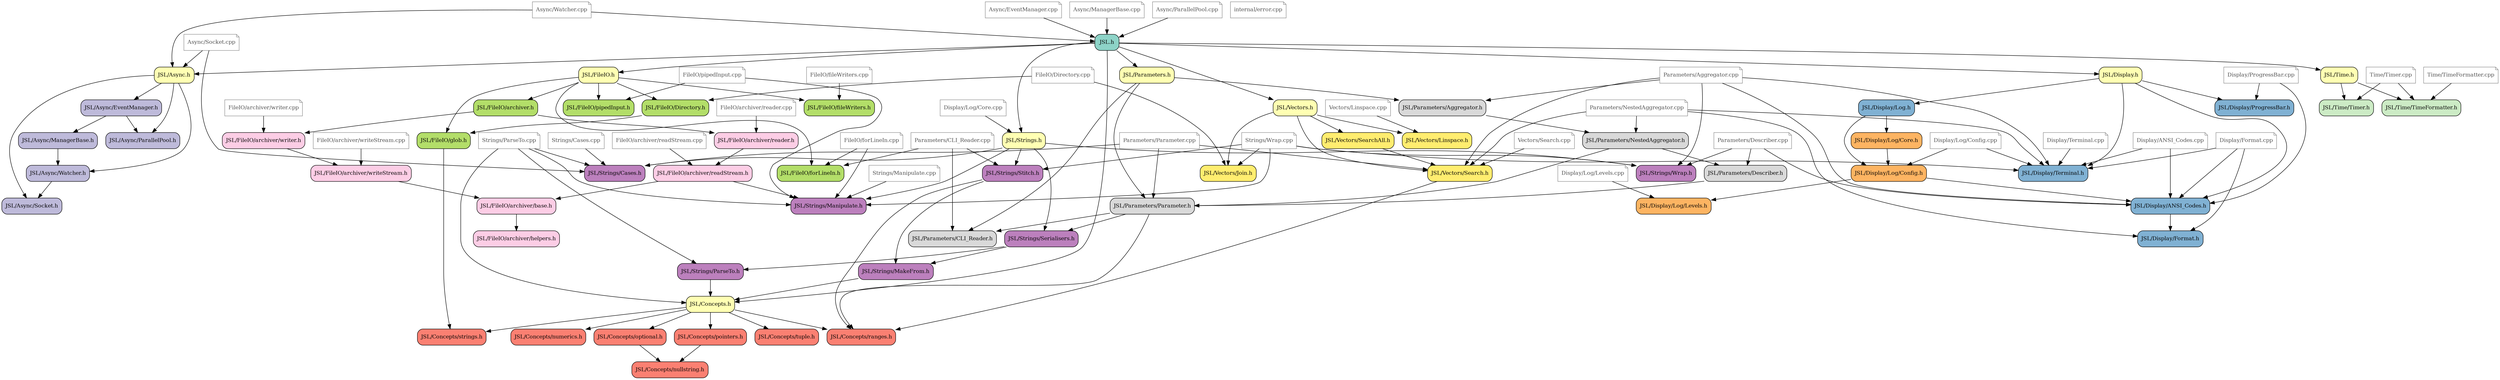
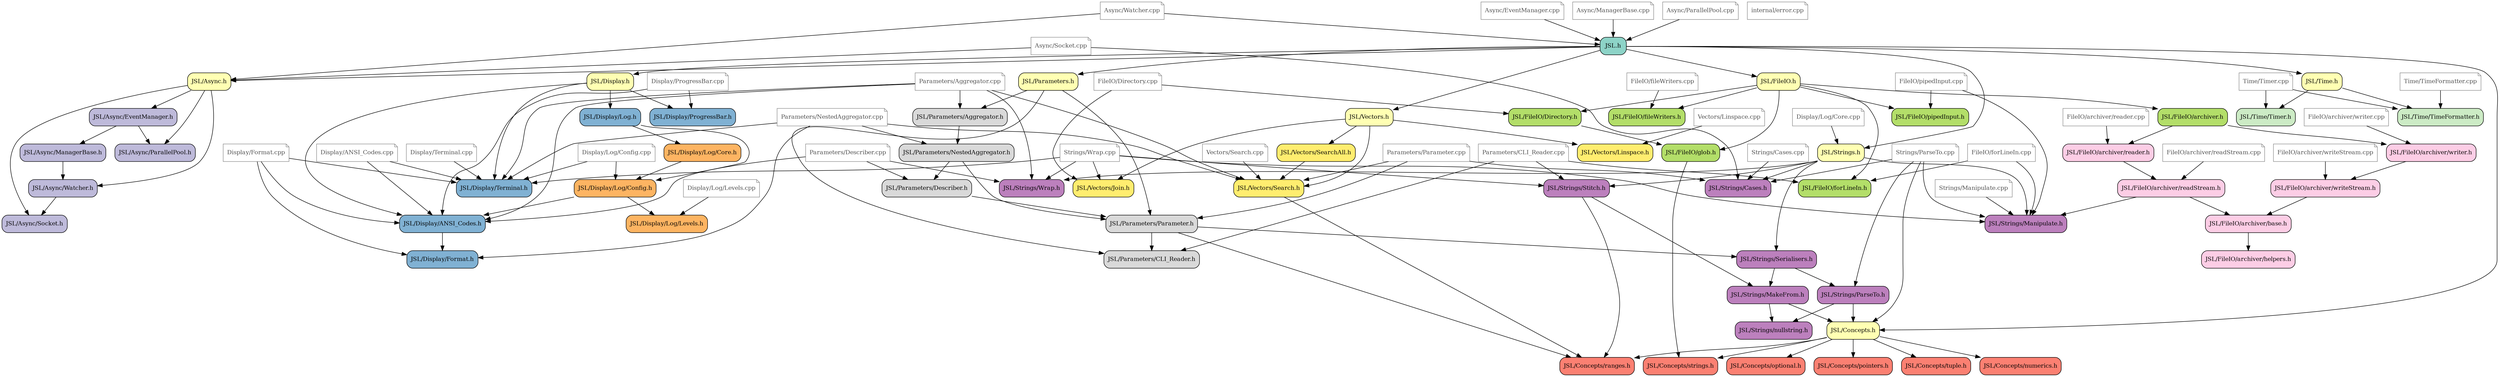
digraph codeviz {
    splines=true
    sep="+15,15"
    overlap=false

    node [shape=Mrecord, fontsize=12]

    node [fillcolor = "#8dd3c7",shape="Mrecord", style = "filled"] "include/JSL.h"                             [label = "JSL.h"]
    node [fillcolor = "#ffffb3",shape="Mrecord", style = "filled"] "include/JSL/Async.h"                       [label = "JSL/Async.h"]
    node [fillcolor = "#bebada",shape="Mrecord", style = "filled"] "include/JSL/Async/EventManager.h"          [label = "JSL/Async/EventManager.h"]
    node [fillcolor = "#bebada",shape="Mrecord", style = "filled"] "include/JSL/Async/ManagerBase.h"           [label = "JSL/Async/ManagerBase.h"]
    node [fillcolor = "#bebada",shape="Mrecord", style = "filled"] "include/JSL/Async/ParallelPool.h"          [label = "JSL/Async/ParallelPool.h"]
    node [fillcolor = "#bebada",shape="Mrecord", style = "filled"] "include/JSL/Async/Socket.h"                [label = "JSL/Async/Socket.h"]
    node [fillcolor = "#bebada",shape="Mrecord", style = "filled"] "include/JSL/Async/Watcher.h"               [label = "JSL/Async/Watcher.h"]
    node [fillcolor = "#ffffb3",shape="Mrecord", style = "filled"] "include/JSL/Concepts.h"                    [label = "JSL/Concepts.h"]
-     node [fillcolor = "#fb8072",shape="Mrecord", style = "filled"] "include/JSL/Concepts/nullstring.h"         [label = "JSL/Concepts/nullstring.h"]
    node [fillcolor = "#fb8072",shape="Mrecord", style = "filled"] "include/JSL/Concepts/numerics.h"           [label = "JSL/Concepts/numerics.h"]
    node [fillcolor = "#fb8072",shape="Mrecord", style = "filled"] "include/JSL/Concepts/optional.h"           [label = "JSL/Concepts/optional.h"]
    node [fillcolor = "#fb8072",shape="Mrecord", style = "filled"] "include/JSL/Concepts/pointers.h"           [label = "JSL/Concepts/pointers.h"]
    node [fillcolor = "#fb8072",shape="Mrecord", style = "filled"] "include/JSL/Concepts/ranges.h"             [label = "JSL/Concepts/ranges.h"]
    node [fillcolor = "#fb8072",shape="Mrecord", style = "filled"] "include/JSL/Concepts/strings.h"            [label = "JSL/Concepts/strings.h"]
    node [fillcolor = "#fb8072",shape="Mrecord", style = "filled"] "include/JSL/Concepts/tuple.h"              [label = "JSL/Concepts/tuple.h"]
    node [fillcolor = "#ffffb3",shape="Mrecord", style = "filled"] "include/JSL/Display.h"                     [label = "JSL/Display.h"]
    node [fillcolor = "#80b1d3",shape="Mrecord", style = "filled"] "include/JSL/Display/ANSI_Codes.h"          [label = "JSL/Display/ANSI_Codes.h"]
    node [fillcolor = "#80b1d3",shape="Mrecord", style = "filled"] "include/JSL/Display/Format.h"              [label = "JSL/Display/Format.h"]
    node [fillcolor = "#80b1d3",shape="Mrecord", style = "filled"] "include/JSL/Display/Log.h"                 [label = "JSL/Display/Log.h"]
    node [fillcolor = "#fdb462",shape="Mrecord", style = "filled"] "include/JSL/Display/Log/Config.h"          [label = "JSL/Display/Log/Config.h"]
    node [fillcolor = "#fdb462",shape="Mrecord", style = "filled"] "include/JSL/Display/Log/Core.h"            [label = "JSL/Display/Log/Core.h"]
    node [fillcolor = "#fdb462",shape="Mrecord", style = "filled"] "include/JSL/Display/Log/Levels.h"          [label = "JSL/Display/Log/Levels.h"]
    node [fillcolor = "#80b1d3",shape="Mrecord", style = "filled"] "include/JSL/Display/ProgressBar.h"         [label = "JSL/Display/ProgressBar.h"]
    node [fillcolor = "#80b1d3",shape="Mrecord", style = "filled"] "include/JSL/Display/Terminal.h"            [label = "JSL/Display/Terminal.h"]
    node [fillcolor = "#ffffb3",shape="Mrecord", style = "filled"] "include/JSL/FileIO.h"                      [label = "JSL/FileIO.h"]
    node [fillcolor = "#b3de69",shape="Mrecord", style = "filled"] "include/JSL/FileIO/Directory.h"            [label = "JSL/FileIO/Directory.h"]
    node [fillcolor = "#b3de69",shape="Mrecord", style = "filled"] "include/JSL/FileIO/archiver.h"             [label = "JSL/FileIO/archiver.h"]
    node [fillcolor = "#fccde5",shape="Mrecord", style = "filled"] "include/JSL/FileIO/archiver/base.h"        [label = "JSL/FileIO/archiver/base.h"]
    node [fillcolor = "#fccde5",shape="Mrecord", style = "filled"] "include/JSL/FileIO/archiver/helpers.h"     [label = "JSL/FileIO/archiver/helpers.h"]
    node [fillcolor = "#fccde5",shape="Mrecord", style = "filled"] "include/JSL/FileIO/archiver/readStream.h"  [label = "JSL/FileIO/archiver/readStream.h"]
    node [fillcolor = "#fccde5",shape="Mrecord", style = "filled"] "include/JSL/FileIO/archiver/reader.h"      [label = "JSL/FileIO/archiver/reader.h"]
    node [fillcolor = "#fccde5",shape="Mrecord", style = "filled"] "include/JSL/FileIO/archiver/writeStream.h" [label = "JSL/FileIO/archiver/writeStream.h"]
    node [fillcolor = "#fccde5",shape="Mrecord", style = "filled"] "include/JSL/FileIO/archiver/writer.h"      [label = "JSL/FileIO/archiver/writer.h"]
    node [fillcolor = "#b3de69",shape="Mrecord", style = "filled"] "include/JSL/FileIO/fileWriters.h"          [label = "JSL/FileIO/fileWriters.h"]
    node [fillcolor = "#b3de69",shape="Mrecord", style = "filled"] "include/JSL/FileIO/forLineIn.h"            [label = "JSL/FileIO/forLineIn.h"]
    node [fillcolor = "#b3de69",shape="Mrecord", style = "filled"] "include/JSL/FileIO/glob.h"                 [label = "JSL/FileIO/glob.h"]
    node [fillcolor = "#b3de69",shape="Mrecord", style = "filled"] "include/JSL/FileIO/pipedInput.h"           [label = "JSL/FileIO/pipedInput.h"]
    node [fillcolor = "#ffffb3",shape="Mrecord", style = "filled"] "include/JSL/Parameters.h"                  [label = "JSL/Parameters.h"]
    node [fillcolor = "#d9d9d9",shape="Mrecord", style = "filled"] "include/JSL/Parameters/Aggregator.h"       [label = "JSL/Parameters/Aggregator.h"]
    node [fillcolor = "#d9d9d9",shape="Mrecord", style = "filled"] "include/JSL/Parameters/CLI_Reader.h"       [label = "JSL/Parameters/CLI_Reader.h"]
    node [fillcolor = "#d9d9d9",shape="Mrecord", style = "filled"] "include/JSL/Parameters/Describer.h"        [label = "JSL/Parameters/Describer.h"]
    node [fillcolor = "#d9d9d9",shape="Mrecord", style = "filled"] "include/JSL/Parameters/NestedAggregator.h" [label = "JSL/Parameters/NestedAggregator.h"]
    node [fillcolor = "#d9d9d9",shape="Mrecord", style = "filled"] "include/JSL/Parameters/Parameter.h"        [label = "JSL/Parameters/Parameter.h"]
    node [fillcolor = "#ffffb3",shape="Mrecord", style = "filled"] "include/JSL/Strings.h"                     [label = "JSL/Strings.h"]
    node [fillcolor = "#bc80bd",shape="Mrecord", style = "filled"] "include/JSL/Strings/Cases.h"               [label = "JSL/Strings/Cases.h"]
    node [fillcolor = "#bc80bd",shape="Mrecord", style = "filled"] "include/JSL/Strings/MakeFrom.h"            [label = "JSL/Strings/MakeFrom.h"]
    node [fillcolor = "#bc80bd",shape="Mrecord", style = "filled"] "include/JSL/Strings/Manipulate.h"          [label = "JSL/Strings/Manipulate.h"]
    node [fillcolor = "#bc80bd",shape="Mrecord", style = "filled"] "include/JSL/Strings/ParseTo.h"             [label = "JSL/Strings/ParseTo.h"]
    node [fillcolor = "#bc80bd",shape="Mrecord", style = "filled"] "include/JSL/Strings/Serialisers.h"         [label = "JSL/Strings/Serialisers.h"]
    node [fillcolor = "#bc80bd",shape="Mrecord", style = "filled"] "include/JSL/Strings/Stitch.h"              [label = "JSL/Strings/Stitch.h"]
    node [fillcolor = "#bc80bd",shape="Mrecord", style = "filled"] "include/JSL/Strings/Wrap.h"                [label = "JSL/Strings/Wrap.h"]
+     node [fillcolor = "#bc80bd",shape="Mrecord", style = "filled"] "include/JSL/Strings/nullstring.h"          [label = "JSL/Strings/nullstring.h"]
    node [fillcolor = "#ffffb3",shape="Mrecord", style = "filled"] "include/JSL/Time.h"                        [label = "JSL/Time.h"]
    node [fillcolor = "#ccebc5",shape="Mrecord", style = "filled"] "include/JSL/Time/TimeFormatter.h"          [label = "JSL/Time/TimeFormatter.h"]
    node [fillcolor = "#ccebc5",shape="Mrecord", style = "filled"] "include/JSL/Time/Timer.h"                  [label = "JSL/Time/Timer.h"]
    node [fillcolor = "#ffffb3",shape="Mrecord", style = "filled"] "include/JSL/Vectors.h"                     [label = "JSL/Vectors.h"]
    node [fillcolor = "#ffed6f",shape="Mrecord", style = "filled"] "include/JSL/Vectors/Join.h"                [label = "JSL/Vectors/Join.h"]
    node [fillcolor = "#ffed6f",shape="Mrecord", style = "filled"] "include/JSL/Vectors/Linspace.h"            [label = "JSL/Vectors/Linspace.h"]
    node [fillcolor = "#ffed6f",shape="Mrecord", style = "filled"] "include/JSL/Vectors/Search.h"              [label = "JSL/Vectors/Search.h"]
    node [fillcolor = "#ffed6f",shape="Mrecord", style = "filled"] "include/JSL/Vectors/SearchAll.h"           [label = "JSL/Vectors/SearchAll.h"]
    node [fillcolor = "#8B8B8B",style="", shape="note", color="#8c8c8c", fontcolor="#4b4b4b"] "src/Async/EventManager.cpp"                [label = "Async/EventManager.cpp"]
    node [fillcolor = "#8B8B8B",style="", shape="note", color="#8c8c8c", fontcolor="#4b4b4b"] "src/Async/ManagerBase.cpp"                 [label = "Async/ManagerBase.cpp"]
    node [fillcolor = "#8B8B8B",style="", shape="note", color="#8c8c8c", fontcolor="#4b4b4b"] "src/Async/ParallelPool.cpp"                [label = "Async/ParallelPool.cpp"]
    node [fillcolor = "#8B8B8B",style="", shape="note", color="#8c8c8c", fontcolor="#4b4b4b"] "src/Async/Socket.cpp"                      [label = "Async/Socket.cpp"]
    node [fillcolor = "#8B8B8B",style="", shape="note", color="#8c8c8c", fontcolor="#4b4b4b"] "src/Async/Watcher.cpp"                     [label = "Async/Watcher.cpp"]
    node [fillcolor = "#8B8B8B",style="", shape="note", color="#8c8c8c", fontcolor="#4b4b4b"] "src/Display/ANSI_Codes.cpp"                [label = "Display/ANSI_Codes.cpp"]
    node [fillcolor = "#8B8B8B",style="", shape="note", color="#8c8c8c", fontcolor="#4b4b4b"] "src/Display/Format.cpp"                    [label = "Display/Format.cpp"]
    node [fillcolor = "#8B8B8B",style="", shape="note", color="#8c8c8c", fontcolor="#4b4b4b"] "src/Display/Log/Config.cpp"                [label = "Display/Log/Config.cpp"]
    node [fillcolor = "#8B8B8B",style="", shape="note", color="#8c8c8c", fontcolor="#4b4b4b"] "src/Display/Log/Core.cpp"                  [label = "Display/Log/Core.cpp"]
    node [fillcolor = "#8B8B8B",style="", shape="note", color="#8c8c8c", fontcolor="#4b4b4b"] "src/Display/Log/Levels.cpp"                [label = "Display/Log/Levels.cpp"]
    node [fillcolor = "#8B8B8B",style="", shape="note", color="#8c8c8c", fontcolor="#4b4b4b"] "src/Display/ProgressBar.cpp"               [label = "Display/ProgressBar.cpp"]
    node [fillcolor = "#8B8B8B",style="", shape="note", color="#8c8c8c", fontcolor="#4b4b4b"] "src/Display/Terminal.cpp"                  [label = "Display/Terminal.cpp"]
    node [fillcolor = "#8B8B8B",style="", shape="note", color="#8c8c8c", fontcolor="#4b4b4b"] "src/FileIO/Directory.cpp"                  [label = "FileIO/Directory.cpp"]
    node [fillcolor = "#8B8B8B",style="", shape="note", color="#8c8c8c", fontcolor="#4b4b4b"] "src/FileIO/archiver/readStream.cpp"        [label = "FileIO/archiver/readStream.cpp"]
    node [fillcolor = "#8B8B8B",style="", shape="note", color="#8c8c8c", fontcolor="#4b4b4b"] "src/FileIO/archiver/reader.cpp"            [label = "FileIO/archiver/reader.cpp"]
    node [fillcolor = "#8B8B8B",style="", shape="note", color="#8c8c8c", fontcolor="#4b4b4b"] "src/FileIO/archiver/writeStream.cpp"       [label = "FileIO/archiver/writeStream.cpp"]
    node [fillcolor = "#8B8B8B",style="", shape="note", color="#8c8c8c", fontcolor="#4b4b4b"] "src/FileIO/archiver/writer.cpp"            [label = "FileIO/archiver/writer.cpp"]
    node [fillcolor = "#8B8B8B",style="", shape="note", color="#8c8c8c", fontcolor="#4b4b4b"] "src/FileIO/fileWriters.cpp"                [label = "FileIO/fileWriters.cpp"]
    node [fillcolor = "#8B8B8B",style="", shape="note", color="#8c8c8c", fontcolor="#4b4b4b"] "src/FileIO/forLineIn.cpp"                  [label = "FileIO/forLineIn.cpp"]
    node [fillcolor = "#8B8B8B",style="", shape="note", color="#8c8c8c", fontcolor="#4b4b4b"] "src/FileIO/pipedInput.cpp"                 [label = "FileIO/pipedInput.cpp"]
    node [fillcolor = "#8B8B8B",style="", shape="note", color="#8c8c8c", fontcolor="#4b4b4b"] "src/Parameters/Aggregator.cpp"             [label = "Parameters/Aggregator.cpp"]
    node [fillcolor = "#8B8B8B",style="", shape="note", color="#8c8c8c", fontcolor="#4b4b4b"] "src/Parameters/CLI_Reader.cpp"             [label = "Parameters/CLI_Reader.cpp"]
    node [fillcolor = "#8B8B8B",style="", shape="note", color="#8c8c8c", fontcolor="#4b4b4b"] "src/Parameters/Describer.cpp"              [label = "Parameters/Describer.cpp"]
    node [fillcolor = "#8B8B8B",style="", shape="note", color="#8c8c8c", fontcolor="#4b4b4b"] "src/Parameters/NestedAggregator.cpp"       [label = "Parameters/NestedAggregator.cpp"]
    node [fillcolor = "#8B8B8B",style="", shape="note", color="#8c8c8c", fontcolor="#4b4b4b"] "src/Parameters/Parameter.cpp"              [label = "Parameters/Parameter.cpp"]
    node [fillcolor = "#8B8B8B",style="", shape="note", color="#8c8c8c", fontcolor="#4b4b4b"] "src/Strings/Cases.cpp"                     [label = "Strings/Cases.cpp"]
    node [fillcolor = "#8B8B8B",style="", shape="note", color="#8c8c8c", fontcolor="#4b4b4b"] "src/Strings/Manipulate.cpp"                [label = "Strings/Manipulate.cpp"]
    node [fillcolor = "#8B8B8B",style="", shape="note", color="#8c8c8c", fontcolor="#4b4b4b"] "src/Strings/ParseTo.cpp"                   [label = "Strings/ParseTo.cpp"]
    node [fillcolor = "#8B8B8B",style="", shape="note", color="#8c8c8c", fontcolor="#4b4b4b"] "src/Strings/Wrap.cpp"                      [label = "Strings/Wrap.cpp"]
    node [fillcolor = "#8B8B8B",style="", shape="note", color="#8c8c8c", fontcolor="#4b4b4b"] "src/Time/TimeFormatter.cpp"                [label = "Time/TimeFormatter.cpp"]
    node [fillcolor = "#8B8B8B",style="", shape="note", color="#8c8c8c", fontcolor="#4b4b4b"] "src/Time/Timer.cpp"                        [label = "Time/Timer.cpp"]
    node [fillcolor = "#8B8B8B",style="", shape="note", color="#8c8c8c", fontcolor="#4b4b4b"] "src/Vectors/Linspace.cpp"                  [label = "Vectors/Linspace.cpp"]
    node [fillcolor = "#8B8B8B",style="", shape="note", color="#8c8c8c", fontcolor="#4b4b4b"] "src/Vectors/Search.cpp"                    [label = "Vectors/Search.cpp"]
    node [fillcolor = "#8B8B8B",style="", shape="note", color="#8c8c8c", fontcolor="#4b4b4b"] "src/internal/error.cpp"                    [label = "internal/error.cpp"]

    "include/JSL.h"                             -> "include/JSL/Display.h"
    "include/JSL.h"                             -> "include/JSL/FileIO.h"
    "include/JSL.h"                             -> "include/JSL/Parameters.h"
    "include/JSL.h"                             -> "include/JSL/Strings.h"
    "include/JSL.h"                             -> "include/JSL/Time.h"
    "include/JSL.h"                             -> "include/JSL/Vectors.h"
    "include/JSL.h"                             -> "include/JSL/Async.h"
    "include/JSL.h"                             -> "include/JSL/Concepts.h"
    "include/JSL/Async.h"                       -> "include/JSL/Async/Socket.h"
    "include/JSL/Async.h"                       -> "include/JSL/Async/Watcher.h"
    "include/JSL/Async.h"                       -> "include/JSL/Async/EventManager.h"
    "include/JSL/Async.h"                       -> "include/JSL/Async/ParallelPool.h"
    "include/JSL/Async/EventManager.h"          -> "include/JSL/Async/ManagerBase.h"
    "include/JSL/Async/EventManager.h"          -> "include/JSL/Async/ParallelPool.h"
    "include/JSL/Async/ManagerBase.h"           -> "include/JSL/Async/Watcher.h"
    "include/JSL/Async/Watcher.h"               -> "include/JSL/Async/Socket.h"
    "include/JSL/Concepts.h"                    -> "include/JSL/Concepts/ranges.h"
    "include/JSL/Concepts.h"                    -> "include/JSL/Concepts/tuple.h"
    "include/JSL/Concepts.h"                    -> "include/JSL/Concepts/numerics.h"
    "include/JSL/Concepts.h"                    -> "include/JSL/Concepts/strings.h"
    "include/JSL/Concepts.h"                    -> "include/JSL/Concepts/pointers.h"
    "include/JSL/Concepts.h"                    -> "include/JSL/Concepts/optional.h"
-     "include/JSL/Concepts/optional.h"           -> "include/JSL/Concepts/nullstring.h"
-     "include/JSL/Concepts/pointers.h"           -> "include/JSL/Concepts/nullstring.h"
    "include/JSL/Display.h"                     -> "include/JSL/Display/Log.h"
    "include/JSL/Display.h"                     -> "include/JSL/Display/ANSI_Codes.h"
    "include/JSL/Display.h"                     -> "include/JSL/Display/ProgressBar.h"
    "include/JSL/Display.h"                     -> "include/JSL/Display/Terminal.h"
    "include/JSL/Display/ANSI_Codes.h"          -> "include/JSL/Display/Format.h"
    "include/JSL/Display/Log.h"                 -> "include/JSL/Display/Log/Core.h"
    "include/JSL/Display/Log.h"                 -> "include/JSL/Display/Log/Config.h"
    "include/JSL/Display/Log/Config.h"          -> "include/JSL/Display/Log/Levels.h"
    "include/JSL/Display/Log/Config.h"          -> "include/JSL/Display/ANSI_Codes.h"
    "include/JSL/Display/Log/Core.h"            -> "include/JSL/Display/Log/Config.h"
    "include/JSL/FileIO.h"                      -> "include/JSL/FileIO/forLineIn.h"
    "include/JSL/FileIO.h"                      -> "include/JSL/FileIO/Directory.h"
    "include/JSL/FileIO.h"                      -> "include/JSL/FileIO/fileWriters.h"
    "include/JSL/FileIO.h"                      -> "include/JSL/FileIO/pipedInput.h"
    "include/JSL/FileIO.h"                      -> "include/JSL/FileIO/archiver.h"
    "include/JSL/FileIO.h"                      -> "include/JSL/FileIO/glob.h"
    "include/JSL/FileIO/Directory.h"            -> "include/JSL/FileIO/glob.h"
    "include/JSL/FileIO/archiver.h"             -> "include/JSL/FileIO/archiver/writer.h"
    "include/JSL/FileIO/archiver.h"             -> "include/JSL/FileIO/archiver/reader.h"
    "include/JSL/FileIO/archiver/base.h"        -> "include/JSL/FileIO/archiver/helpers.h"
    "include/JSL/FileIO/archiver/readStream.h"  -> "include/JSL/Strings/Manipulate.h"
    "include/JSL/FileIO/archiver/readStream.h"  -> "include/JSL/FileIO/archiver/base.h"
    "include/JSL/FileIO/archiver/reader.h"      -> "include/JSL/FileIO/archiver/readStream.h"
    "include/JSL/FileIO/archiver/writeStream.h" -> "include/JSL/FileIO/archiver/base.h"
    "include/JSL/FileIO/archiver/writer.h"      -> "include/JSL/FileIO/archiver/writeStream.h"
    "include/JSL/FileIO/glob.h"                 -> "include/JSL/Concepts/strings.h"
    "include/JSL/Parameters.h"                  -> "include/JSL/Parameters/Parameter.h"
    "include/JSL/Parameters.h"                  -> "include/JSL/Parameters/Aggregator.h"
    "include/JSL/Parameters.h"                  -> "include/JSL/Parameters/CLI_Reader.h"
    "include/JSL/Parameters/Aggregator.h"       -> "include/JSL/Parameters/NestedAggregator.h"
    "include/JSL/Parameters/Describer.h"        -> "include/JSL/Parameters/Parameter.h"
    "include/JSL/Parameters/NestedAggregator.h" -> "include/JSL/Parameters/Parameter.h"
    "include/JSL/Parameters/NestedAggregator.h" -> "include/JSL/Parameters/Describer.h"
    "include/JSL/Parameters/Parameter.h"      -> "include/JSL/Concepts/ranges.h"[weight=0.3]
    "include/JSL/Parameters/Parameter.h"        -> "include/JSL/Strings/Serialisers.h"
    "include/JSL/Parameters/Parameter.h"        -> "include/JSL/Parameters/CLI_Reader.h"
    "include/JSL/Strings.h"                     -> "include/JSL/Strings/Serialisers.h"
    "include/JSL/Strings.h"                     -> "include/JSL/Strings/Cases.h"
    "include/JSL/Strings.h"                     -> "include/JSL/Strings/Manipulate.h"
    "include/JSL/Strings.h"                     -> "include/JSL/Strings/Stitch.h"
    "include/JSL/Strings.h"                     -> "include/JSL/Strings/Wrap.h"
    "include/JSL/Strings/MakeFrom.h"            -> "include/JSL/Concepts.h"
+     "include/JSL/Strings/MakeFrom.h"            -> "include/JSL/Strings/nullstring.h"
    "include/JSL/Strings/ParseTo.h"             -> "include/JSL/Concepts.h"
+     "include/JSL/Strings/ParseTo.h"             -> "include/JSL/Strings/nullstring.h"
    "include/JSL/Strings/Serialisers.h"         -> "include/JSL/Strings/MakeFrom.h"
    "include/JSL/Strings/Serialisers.h"         -> "include/JSL/Strings/ParseTo.h"
    "include/JSL/Strings/Stitch.h"              -> "include/JSL/Strings/MakeFrom.h"
    "include/JSL/Strings/Stitch.h"            -> "include/JSL/Concepts/ranges.h"[weight=0.3]
    "include/JSL/Time.h"                        -> "include/JSL/Time/Timer.h"
    "include/JSL/Time.h"                        -> "include/JSL/Time/TimeFormatter.h"
    "include/JSL/Vectors.h"                     -> "include/JSL/Vectors/Search.h"
    "include/JSL/Vectors.h"                     -> "include/JSL/Vectors/SearchAll.h"
    "include/JSL/Vectors.h"                     -> "include/JSL/Vectors/Join.h"
    "include/JSL/Vectors.h"                     -> "include/JSL/Vectors/Linspace.h"
    "include/JSL/Vectors/Search.h"            -> "include/JSL/Concepts/ranges.h"[weight=0.3]
    "include/JSL/Vectors/SearchAll.h"           -> "include/JSL/Vectors/Search.h"
    "src/Async/EventManager.cpp"                -> "include/JSL.h"
    "src/Async/ManagerBase.cpp"                 -> "include/JSL.h"
    "src/Async/ParallelPool.cpp"                -> "include/JSL.h"

    "src/Async/Socket.cpp"                      -> "include/JSL/Async.h"
    "src/Async/Socket.cpp"                      -> "include/JSL/Strings/Cases.h"

    "src/Async/Watcher.cpp"                     -> "include/JSL/Async.h"

    "src/Async/Watcher.cpp"                     -> "include/JSL.h"
    "src/Display/ANSI_Codes.cpp"                -> "include/JSL/Display/ANSI_Codes.h"
    "src/Display/ANSI_Codes.cpp"                -> "include/JSL/Display/Terminal.h"
    "src/Display/Format.cpp"                    -> "include/JSL/Display/Format.h"
    "src/Display/Format.cpp"                    -> "include/JSL/Display/ANSI_Codes.h"
    "src/Display/Format.cpp"                    -> "include/JSL/Display/Terminal.h"
    "src/Display/Log/Config.cpp"                -> "include/JSL/Display/Log/Config.h"
    "src/Display/Log/Config.cpp"                -> "include/JSL/Display/Terminal.h"

    "src/Display/Log/Core.cpp"                  -> "include/JSL/Strings.h"
    "src/Display/Log/Levels.cpp"                -> "include/JSL/Display/Log/Levels.h"
    "src/Display/ProgressBar.cpp"               -> "include/JSL/Display/ProgressBar.h"
    "src/Display/ProgressBar.cpp"               -> "include/JSL/Display/ANSI_Codes.h"

    "src/Display/Terminal.cpp"                  -> "include/JSL/Display/Terminal.h"
    "src/FileIO/Directory.cpp"                  -> "include/JSL/FileIO/Directory.h"
    "src/FileIO/Directory.cpp"                  -> "include/JSL/Vectors/Join.h"
    "src/FileIO/archiver/readStream.cpp"        -> "include/JSL/FileIO/archiver/readStream.h"
    "src/FileIO/archiver/reader.cpp"            -> "include/JSL/FileIO/archiver/reader.h"
    "src/FileIO/archiver/writeStream.cpp"       -> "include/JSL/FileIO/archiver/writeStream.h"
    "src/FileIO/archiver/writer.cpp"            -> "include/JSL/FileIO/archiver/writer.h"

    "src/FileIO/fileWriters.cpp"                -> "include/JSL/FileIO/fileWriters.h"
    "src/FileIO/forLineIn.cpp"                  -> "include/JSL/FileIO/forLineIn.h"
    "src/FileIO/forLineIn.cpp"                  -> "include/JSL/Strings/Manipulate.h"
    "src/FileIO/pipedInput.cpp"                 -> "include/JSL/FileIO/pipedInput.h"
    "src/FileIO/pipedInput.cpp"                 -> "include/JSL/Strings/Manipulate.h"
    "src/Parameters/Aggregator.cpp"             -> "include/JSL/Parameters/Aggregator.h"
    "src/Parameters/Aggregator.cpp"             -> "include/JSL/Vectors/Search.h"
    "src/Parameters/Aggregator.cpp"             -> "include/JSL/Strings/Wrap.h"
    "src/Parameters/Aggregator.cpp"             -> "include/JSL/Display/ANSI_Codes.h"
    "src/Parameters/Aggregator.cpp"             -> "include/JSL/Display/Terminal.h"
    "src/Parameters/CLI_Reader.cpp"             -> "include/JSL/Parameters/CLI_Reader.h"
    "src/Parameters/CLI_Reader.cpp"             -> "include/JSL/FileIO/forLineIn.h"
    "src/Parameters/CLI_Reader.cpp"             -> "include/JSL/Strings/Stitch.h"
    "src/Parameters/Describer.cpp"              -> "include/JSL/Parameters/Describer.h"
    "src/Parameters/Describer.cpp"              -> "include/JSL/Display/ANSI_Codes.h"
    "src/Parameters/Describer.cpp"              -> "include/JSL/Strings/Wrap.h"
    "src/Parameters/NestedAggregator.cpp"       -> "include/JSL/Parameters/NestedAggregator.h"
    "src/Parameters/NestedAggregator.cpp"       -> "include/JSL/Display/Terminal.h"
    "src/Parameters/NestedAggregator.cpp"       -> "include/JSL/Vectors/Search.h"

    "src/Parameters/NestedAggregator.cpp"       -> "include/JSL/Display/Format.h"
    "src/Parameters/Parameter.cpp"              -> "include/JSL/Parameters/Parameter.h"
    "src/Parameters/Parameter.cpp"              -> "include/JSL/Vectors/Search.h"
    "src/Parameters/Parameter.cpp"              -> "include/JSL/Strings/Cases.h"
    "src/Strings/Cases.cpp"                     -> "include/JSL/Strings/Cases.h"
    "src/Strings/Manipulate.cpp"                -> "include/JSL/Strings/Manipulate.h"
    "src/Strings/ParseTo.cpp"                   -> "include/JSL/Strings/ParseTo.h"
    "src/Strings/ParseTo.cpp"                   -> "include/JSL/Strings/Cases.h"
    "src/Strings/ParseTo.cpp"                   -> "include/JSL/Concepts.h"
    "src/Strings/ParseTo.cpp"                   -> "include/JSL/Strings/Manipulate.h"
    "src/Strings/Wrap.cpp"                      -> "include/JSL/Strings/Wrap.h"
    "src/Strings/Wrap.cpp"                      -> "include/JSL/Strings/Stitch.h"
    "src/Strings/Wrap.cpp"                      -> "include/JSL/Strings/Manipulate.h"
    "src/Strings/Wrap.cpp"                      -> "include/JSL/Vectors/Join.h"
    "src/Strings/Wrap.cpp"                      -> "include/JSL/Display/Terminal.h"
    "src/Time/TimeFormatter.cpp"                -> "include/JSL/Time/TimeFormatter.h"
    "src/Time/Timer.cpp"                        -> "include/JSL/Time/Timer.h"
    "src/Time/Timer.cpp"                        -> "include/JSL/Time/TimeFormatter.h"
    "src/Vectors/Linspace.cpp"                  -> "include/JSL/Vectors/Linspace.h"
    "src/Vectors/Search.cpp"                    -> "include/JSL/Vectors/Search.h"

}
